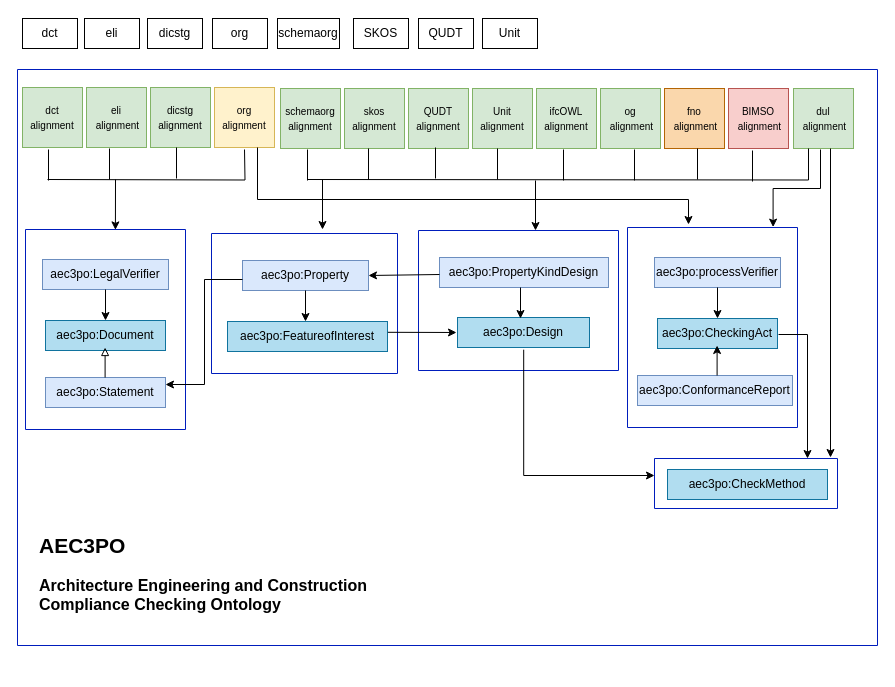
Accord-Project/aec3po keeps this draw.io diagram as page "Page-14" (14 of 14) of resources/aec3po.drawio. Above is the earlier version. Source tidied: cells renumbered, new cells numbered last; positions are measured from the earlier drawing's top-left corner, leaving out a move shared by most shapes. Both pictures are drawn from the tidied source at 100%, with x=0, y=0 at pixel (17, 18).
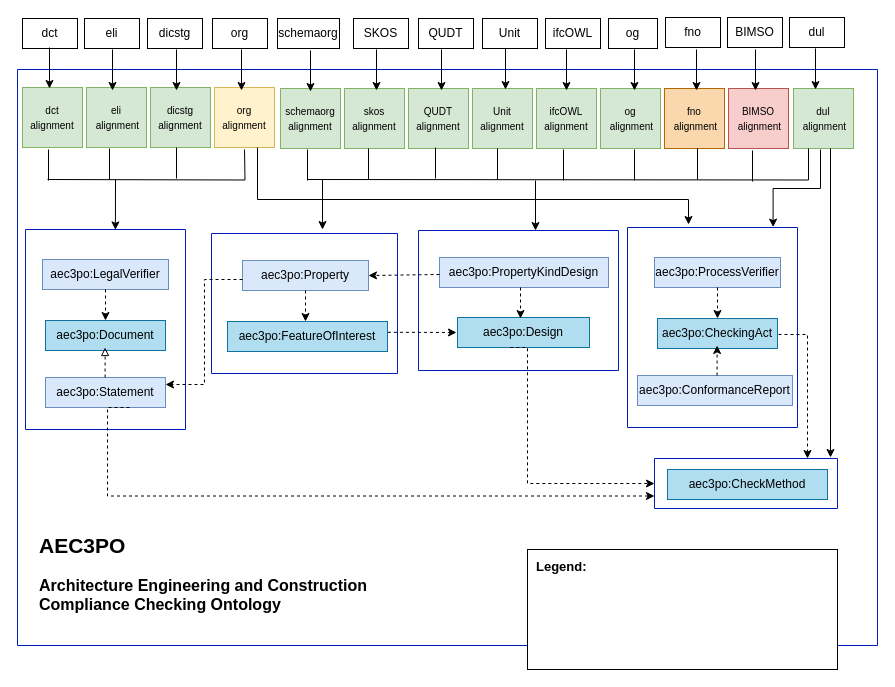
The same diagram, later.

The change refers to these unchanged cells:
```xml
<mxCell id="2" value="aec3po:Statement" style="rounded=0;whiteSpace=wrap;html=1;snapToPoint=1;points=[[0.1,0],[0.2,0],[0.3,0],[0.4,0],[0.5,0],[0.6,0],[0.7,0],[0.8,0],[0.9,0],[0,0.1],[0,0.3],[0,0.5],[0,0.7],[0,0.9],[0.1,1],[0.2,1],[0.3,1],[0.4,1],[0.5,1],[0.6,1],[0.7,1],[0.8,1],[0.9,1],[1,0.1],[1,0.3],[1,0.5],[1,0.7],[1,0.9]];fillColor=#dae8fc;strokeColor=#6c8ebf;" parent="1" vertex="1">
  <mxGeometry x="28" y="359" width="120" height="30" as="geometry" />
</mxCell>
<mxCell id="3" value="aec3po:LegalVerifier" style="rounded=0;whiteSpace=wrap;html=1;snapToPoint=1;points=[[0.1,0],[0.2,0],[0.3,0],[0.4,0],[0.5,0],[0.6,0],[0.7,0],[0.8,0],[0.9,0],[0,0.1],[0,0.3],[0,0.5],[0,0.7],[0,0.9],[0.1,1],[0.2,1],[0.3,1],[0.4,1],[0.5,1],[0.6,1],[0.7,1],[0.8,1],[0.9,1],[1,0.1],[1,0.3],[1,0.5],[1,0.7],[1,0.9]];fillColor=#dae8fc;strokeColor=#6c8ebf;" parent="1" vertex="1">
  <mxGeometry x="25" y="241" width="126" height="30" as="geometry" />
</mxCell>
<mxCell id="4" value="aec3po:Document" style="rounded=0;whiteSpace=wrap;html=1;snapToPoint=1;points=[[0.1,0],[0.2,0],[0.3,0],[0.4,0],[0.5,0],[0.6,0],[0.7,0],[0.8,0],[0.9,0],[0,0.1],[0,0.3],[0,0.5],[0,0.7],[0,0.9],[0.1,1],[0.2,1],[0.3,1],[0.4,1],[0.5,1],[0.6,1],[0.7,1],[0.8,1],[0.9,1],[1,0.1],[1,0.3],[1,0.5],[1,0.7],[1,0.9]];shadow=0;strokeColor=#10739e;fillColor=#b1ddf0;" parent="1" vertex="1">
  <mxGeometry x="28" y="302" width="120" height="30" as="geometry" />
</mxCell>
<mxCell id="8" value="aec3po:Property" style="rounded=0;whiteSpace=wrap;html=1;snapToPoint=1;points=[[0.1,0],[0.2,0],[0.3,0],[0.4,0],[0.5,0],[0.6,0],[0.7,0],[0.8,0],[0.9,0],[0,0.1],[0,0.3],[0,0.5],[0,0.7],[0,0.9],[0.1,1],[0.2,1],[0.3,1],[0.4,1],[0.5,1],[0.6,1],[0.7,1],[0.8,1],[0.9,1],[1,0.1],[1,0.3],[1,0.5],[1,0.7],[1,0.9]];fillColor=#dae8fc;strokeColor=#6c8ebf;" parent="1" vertex="1">
  <mxGeometry x="225" y="242" width="126" height="30" as="geometry" />
</mxCell>
<mxCell id="13" value="aec3po:Design" style="rounded=0;whiteSpace=wrap;html=1;snapToPoint=1;points=[[0.1,0],[0.2,0],[0.3,0],[0.4,0],[0.5,0],[0.6,0],[0.7,0],[0.8,0],[0.9,0],[0,0.1],[0,0.3],[0,0.5],[0,0.7],[0,0.9],[0.1,1],[0.2,1],[0.3,1],[0.4,1],[0.5,1],[0.6,1],[0.7,1],[0.8,1],[0.9,1],[1,0.1],[1,0.3],[1,0.5],[1,0.7],[1,0.9]];shadow=0;strokeColor=#10739e;fillColor=#b1ddf0;" parent="1" vertex="1">
  <mxGeometry x="440" y="299" width="132" height="30" as="geometry" />
</mxCell>
<mxCell id="18" value="aec3po:CheckingAct" style="rounded=0;whiteSpace=wrap;html=1;snapToPoint=1;points=[[0.1,0],[0.2,0],[0.3,0],[0.4,0],[0.5,0],[0.6,0],[0.7,0],[0.8,0],[0.9,0],[0,0.1],[0,0.3],[0,0.5],[0,0.7],[0,0.9],[0.1,1],[0.2,1],[0.3,1],[0.4,1],[0.5,1],[0.6,1],[0.7,1],[0.8,1],[0.9,1],[1,0.1],[1,0.3],[1,0.5],[1,0.7],[1,0.9]];shadow=0;strokeColor=#10739e;fillColor=#b1ddf0;" parent="1" vertex="1">
  <mxGeometry x="640" y="300" width="120" height="30" as="geometry" />
</mxCell>
<mxCell id="23" style="swimlane;startSize=0;fillColor=#0050EF;fontColor=#ffffff;strokeColor=#001DBC;" parent="1" vertex="1">
  <mxGeometry x="637" y="440" width="183" height="50" as="geometry" />
</mxCell>
```

The edit, as a diff of the source:
```diff
@@
-    <mxCell id="5" style="endArrow=classic;html=1;rounded=0;entryX=0.5;entryY=0;entryDx=0;entryDy=0;" parent="1" edge="1" source="3" target="4">
+    <mxCell id="5" style="endArrow=classic;html=1;rounded=0;entryX=0.5;entryY=0;entryDx=0;entryDy=0;dashed=1;" parent="1" edge="1" source="3" target="4">
       <mxGeometry relative="1" as="geometry" />
     </mxCell>
-    <mxCell id="6" style="endArrow=block;html=1;rounded=0;endFill=0;" parent="1" edge="1">
+    <mxCell id="6" style="endArrow=block;html=1;rounded=0;endFill=0;dashed=1;" parent="1" edge="1">
       <mxGeometry relative="1" as="geometry">
         <mxPoint x="87.6" y="359" as="sourcePoint" />
         <mxPoint x="87.6" y="329" as="targetPoint" />
       </mxGeometry>
     </mxCell>
@@
-    <mxCell id="9" value="aec3po:FeatureofInterest" style="rounded=0;whiteSpace=wrap;html=1;shadow=0;strokeColor=#10739e;fillColor=#b1ddf0;" parent="1" vertex="1">
+    <mxCell id="9" value="aec3po:FeatureOfInterest" style="rounded=0;whiteSpace=wrap;html=1;shadow=0;strokeColor=#10739e;fillColor=#b1ddf0;" parent="1" vertex="1">
       <mxGeometry x="210" y="303" width="160" height="30" as="geometry" />
     </mxCell>
-    <mxCell id="10" style="endArrow=classic;html=1;rounded=0;entryX=0.5;entryY=0;entryDx=0;entryDy=0;" parent="1" edge="1">
+    <mxCell id="10" style="endArrow=classic;html=1;rounded=0;entryX=0.5;entryY=0;entryDx=0;entryDy=0;dashed=1;" parent="1" edge="1">
       <mxGeometry relative="1" as="geometry">
         <mxPoint x="288" y="272" as="sourcePoint" />
         <mxPoint x="288" y="303" as="targetPoint" />
       </mxGeometry>
     </mxCell>
@@
-    <mxCell id="14" style="endArrow=classic;html=1;rounded=0;entryX=0.5;entryY=0;entryDx=0;entryDy=0;" parent="1" edge="1">
+    <mxCell id="14" style="endArrow=classic;html=1;rounded=0;entryX=0.5;entryY=0;entryDx=0;entryDy=0;dashed=1;" parent="1" edge="1">
       <mxGeometry relative="1" as="geometry">
         <mxPoint x="503" y="269" as="sourcePoint" />
         <mxPoint x="503" y="300" as="targetPoint" />
       </mxGeometry>
     </mxCell>
@@
-    <mxCell id="17" value="aec3po:processVerifier" style="rounded=0;whiteSpace=wrap;html=1;snapToPoint=1;points=[[0.1,0],[0.2,0],[0.3,0],[0.4,0],[0.5,0],[0.6,0],[0.7,0],[0.8,0],[0.9,0],[0,0.1],[0,0.3],[0,0.5],[0,0.7],[0,0.9],[0.1,1],[0.2,1],[0.3,1],[0.4,1],[0.5,1],[0.6,1],[0.7,1],[0.8,1],[0.9,1],[1,0.1],[1,0.3],[1,0.5],[1,0.7],[1,0.9]];fillColor=#dae8fc;strokeColor=#6c8ebf;" parent="1" vertex="1">
+    <mxCell id="17" value="aec3po:ProcessVerifier" style="rounded=0;whiteSpace=wrap;html=1;snapToPoint=1;points=[[0.1,0],[0.2,0],[0.3,0],[0.4,0],[0.5,0],[0.6,0],[0.7,0],[0.8,0],[0.9,0],[0,0.1],[0,0.3],[0,0.5],[0,0.7],[0,0.9],[0.1,1],[0.2,1],[0.3,1],[0.4,1],[0.5,1],[0.6,1],[0.7,1],[0.8,1],[0.9,1],[1,0.1],[1,0.3],[1,0.5],[1,0.7],[1,0.9]];fillColor=#dae8fc;strokeColor=#6c8ebf;" parent="1" vertex="1">
       <mxGeometry x="637" y="239" width="126" height="30" as="geometry" />
     </mxCell>
@@
-    <mxCell id="19" style="endArrow=classic;html=1;rounded=0;entryX=0.5;entryY=0;entryDx=0;entryDy=0;" parent="1" edge="1" source="17" target="18">
+    <mxCell id="19" style="endArrow=classic;html=1;rounded=0;entryX=0.5;entryY=0;entryDx=0;entryDy=0;dashed=1;" parent="1" edge="1" source="17" target="18">
       <mxGeometry relative="1" as="geometry" />
     </mxCell>
-    <mxCell id="20" style="endArrow=classic;html=1;rounded=0;endFill=1;" parent="1" edge="1">
+    <mxCell id="20" style="endArrow=classic;html=1;rounded=0;endFill=1;dashed=1;" parent="1" edge="1">
       <mxGeometry relative="1" as="geometry">
         <mxPoint x="699.6" y="357" as="sourcePoint" />
         <mxPoint x="699.6" y="327" as="targetPoint" />
       </mxGeometry>
     </mxCell>
@@
-    <mxCell id="56" style="endArrow=classic;html=1;rounded=0;edgeStyle=elbowEdgeStyle;exitX=0;exitY=0.9;exitDx=0;exitDy=0;entryX=1;entryY=0.5;entryDx=0;entryDy=0;" parent="1" edge="1">
+    <mxCell id="56" style="endArrow=classic;html=1;rounded=0;edgeStyle=elbowEdgeStyle;exitX=0;exitY=0.9;exitDx=0;exitDy=0;entryX=1;entryY=0.5;entryDx=0;entryDy=0;dashed=1;" parent="1" edge="1">
       <mxGeometry relative="1" as="geometry">
         <mxPoint x="225" y="261" as="sourcePoint" />
         <mxPoint x="148" y="366" as="targetPoint" />
       </mxGeometry>
     </mxCell>
-    <mxCell id="57" style="endArrow=classic;html=1;rounded=0;exitX=0;exitY=0.5;exitDx=0;exitDy=0;entryX=1;entryY=0.5;entryDx=0;entryDy=0;" parent="1" edge="1" target="8">
+    <mxCell id="57" style="endArrow=classic;html=1;rounded=0;exitX=0;exitY=0.5;exitDx=0;exitDy=0;entryX=1;entryY=0.5;entryDx=0;entryDy=0;dashed=1;" parent="1" edge="1" target="8">
       <mxGeometry relative="1" as="geometry">
         <mxPoint x="422" y="256" as="sourcePoint" />
       </mxGeometry>
     </mxCell>
-    <mxCell id="58" style="endArrow=classic;html=1;rounded=0;entryX=0;entryY=0.5;entryDx=0;entryDy=0;exitX=0.97;exitY=0.706;exitDx=0;exitDy=0;exitPerimeter=0;" parent="1" edge="1">
+    <mxCell id="58" style="endArrow=classic;html=1;rounded=0;entryX=0;entryY=0.5;entryDx=0;entryDy=0;exitX=0.97;exitY=0.706;exitDx=0;exitDy=0;exitPerimeter=0;dashed=1;" parent="1" edge="1">
       <mxGeometry relative="1" as="geometry">
         <mxPoint x="370.4" y="313.8" as="sourcePoint" />
         <mxPoint x="439" y="314" as="targetPoint" />
       </mxGeometry>
     </mxCell>
-    <mxCell id="59" style="endArrow=classic;html=1;rounded=0;edgeStyle=orthogonalEdgeStyle;exitX=0.479;exitY=1.339;exitDx=0;exitDy=0;exitPerimeter=0;entryX=0;entryY=0.5;entryDx=0;entryDy=0;" parent="1" edge="1">
-      <mxGeometry relative="1" as="geometry">
-        <mxPoint x="506.2" y="331.2" as="sourcePoint" />
-        <mxPoint x="637" y="457" as="targetPoint" />
-        <Array as="points">
-          <mxPoint x="506" y="457" />
-        </Array>
-      </mxGeometry>
-    </mxCell>
-    <mxCell id="60" style="endArrow=classic;html=1;rounded=0;exitX=1;exitY=0.7;exitDx=0;exitDy=0;edgeStyle=elbowEdgeStyle;" parent="1" edge="1" target="23">
+    <mxCell id="60" style="endArrow=classic;html=1;rounded=0;exitX=1;exitY=0.7;exitDx=0;exitDy=0;edgeStyle=elbowEdgeStyle;dashed=1;" parent="1" edge="1" target="23">
       <mxGeometry relative="1" as="geometry">
         <mxPoint x="761" y="316" as="sourcePoint" />
         <Array as="points">
           <mxPoint x="790" y="381" />
         </Array>
       </mxGeometry>
     </mxCell>
@@
+    <mxCell id="71" value="ifcOWL" style="rounded=0;whiteSpace=wrap;html=1;" parent="1" vertex="1">
+      <mxGeometry x="528" width="55" height="30" as="geometry" />
+    </mxCell>
+    <mxCell id="72" value="og" style="rounded=0;whiteSpace=wrap;html=1;" parent="1" vertex="1">
+      <mxGeometry x="591" width="49" height="30" as="geometry" />
+    </mxCell>
+    <mxCell id="73" value="fno" style="rounded=0;whiteSpace=wrap;html=1;" parent="1" vertex="1">
+      <mxGeometry x="648" y="-1" width="55" height="30" as="geometry" />
+    </mxCell>
+    <mxCell id="74" value="BIMSO" style="rounded=0;whiteSpace=wrap;html=1;" parent="1" vertex="1">
+      <mxGeometry x="710" y="-1" width="55" height="30" as="geometry" />
+    </mxCell>
+    <mxCell id="75" value="dul" style="rounded=0;whiteSpace=wrap;html=1;" parent="1" vertex="1">
+      <mxGeometry x="772" y="-1" width="55" height="30" as="geometry" />
+    </mxCell>
+    <mxCell id="76" style="endArrow=classic;html=1;rounded=0;entryX=0.562;entryY=0.002;entryDx=0;entryDy=0;entryPerimeter=0;" parent="1" edge="1">
+      <mxGeometry relative="1" as="geometry">
+        <mxPoint x="798" y="30" as="sourcePoint" />
+        <mxPoint x="798" y="71" as="targetPoint" />
+      </mxGeometry>
+    </mxCell>
+    <mxCell id="77" style="endArrow=classic;html=1;rounded=0;entryX=0.562;entryY=0.002;entryDx=0;entryDy=0;entryPerimeter=0;" parent="1" edge="1">
+      <mxGeometry relative="1" as="geometry">
+        <mxPoint x="738" y="31" as="sourcePoint" />
+        <mxPoint x="738" y="72" as="targetPoint" />
+      </mxGeometry>
+    </mxCell>
+    <mxCell id="78" style="endArrow=classic;html=1;rounded=0;entryX=0.562;entryY=0.002;entryDx=0;entryDy=0;entryPerimeter=0;" parent="1" edge="1">
+      <mxGeometry relative="1" as="geometry">
+        <mxPoint x="679" y="31" as="sourcePoint" />
+        <mxPoint x="679" y="72" as="targetPoint" />
+      </mxGeometry>
+    </mxCell>
+    <mxCell id="79" style="endArrow=classic;html=1;rounded=0;entryX=0.562;entryY=0.002;entryDx=0;entryDy=0;entryPerimeter=0;" parent="1" edge="1">
+      <mxGeometry relative="1" as="geometry">
+        <mxPoint x="617" y="31" as="sourcePoint" />
+        <mxPoint x="617" y="72" as="targetPoint" />
+      </mxGeometry>
+    </mxCell>
+    <mxCell id="80" style="endArrow=classic;html=1;rounded=0;entryX=0.562;entryY=0.002;entryDx=0;entryDy=0;entryPerimeter=0;" parent="1" edge="1">
+      <mxGeometry relative="1" as="geometry">
+        <mxPoint x="549" y="31" as="sourcePoint" />
+        <mxPoint x="549" y="72" as="targetPoint" />
+      </mxGeometry>
+    </mxCell>
+    <mxCell id="81" style="endArrow=classic;html=1;rounded=0;entryX=0.562;entryY=0.002;entryDx=0;entryDy=0;entryPerimeter=0;" parent="1" edge="1">
+      <mxGeometry relative="1" as="geometry">
+        <mxPoint x="488" y="30" as="sourcePoint" />
+        <mxPoint x="488" y="71" as="targetPoint" />
+      </mxGeometry>
+    </mxCell>
+    <mxCell id="82" style="endArrow=classic;html=1;rounded=0;entryX=0.562;entryY=0.002;entryDx=0;entryDy=0;entryPerimeter=0;" parent="1" edge="1">
+      <mxGeometry relative="1" as="geometry">
+        <mxPoint x="424" y="31" as="sourcePoint" />
+        <mxPoint x="424" y="72" as="targetPoint" />
+      </mxGeometry>
+    </mxCell>
+    <mxCell id="83" style="endArrow=classic;html=1;rounded=0;entryX=0.562;entryY=0.002;entryDx=0;entryDy=0;entryPerimeter=0;" parent="1" edge="1">
+      <mxGeometry relative="1" as="geometry">
+        <mxPoint x="359" y="31" as="sourcePoint" />
+        <mxPoint x="359" y="72" as="targetPoint" />
+      </mxGeometry>
+    </mxCell>
+    <mxCell id="84" style="endArrow=classic;html=1;rounded=0;entryX=0.562;entryY=0.002;entryDx=0;entryDy=0;entryPerimeter=0;" parent="1" edge="1">
+      <mxGeometry relative="1" as="geometry">
+        <mxPoint x="293" y="32" as="sourcePoint" />
+        <mxPoint x="293" y="73" as="targetPoint" />
+      </mxGeometry>
+    </mxCell>
+    <mxCell id="85" style="endArrow=classic;html=1;rounded=0;entryX=0.562;entryY=0.002;entryDx=0;entryDy=0;entryPerimeter=0;" parent="1" edge="1">
+      <mxGeometry relative="1" as="geometry">
+        <mxPoint x="224" y="31" as="sourcePoint" />
+        <mxPoint x="224" y="72" as="targetPoint" />
+      </mxGeometry>
+    </mxCell>
+    <mxCell id="86" style="endArrow=classic;html=1;rounded=0;entryX=0.562;entryY=0.002;entryDx=0;entryDy=0;entryPerimeter=0;" parent="1" edge="1">
+      <mxGeometry relative="1" as="geometry">
+        <mxPoint x="159" y="31" as="sourcePoint" />
+        <mxPoint x="159" y="72" as="targetPoint" />
+      </mxGeometry>
+    </mxCell>
+    <mxCell id="87" style="endArrow=classic;html=1;rounded=0;entryX=0.562;entryY=0.002;entryDx=0;entryDy=0;entryPerimeter=0;" parent="1" edge="1">
+      <mxGeometry relative="1" as="geometry">
+        <mxPoint x="95" y="31" as="sourcePoint" />
+        <mxPoint x="95" y="72" as="targetPoint" />
+      </mxGeometry>
+    </mxCell>
+    <mxCell id="88" style="endArrow=classic;html=1;rounded=0;entryX=0.562;entryY=0.002;entryDx=0;entryDy=0;entryPerimeter=0;" parent="1" edge="1">
+      <mxGeometry relative="1" as="geometry">
+        <mxPoint x="32" y="29" as="sourcePoint" />
+        <mxPoint x="32" y="70" as="targetPoint" />
+      </mxGeometry>
+    </mxCell>
+    <mxCell id="89" style="rounded=0;whiteSpace=wrap;html=1;" parent="1" vertex="1">
+      <mxGeometry x="510" y="531" width="310" height="120" as="geometry" />
+    </mxCell>
+    <mxCell id="90" value="&lt;h1&gt;&lt;font style=&quot;font-size: 13px;&quot;&gt;Legend:&lt;/font&gt;&lt;/h1&gt;" style="text;html=1;strokeColor=none;fillColor=none;spacing=5;spacingTop=-20;whiteSpace=wrap;overflow=hidden;rounded=0;" parent="1" vertex="1">
+      <mxGeometry x="514" y="525" width="190" height="40" as="geometry" />
+    </mxCell>
+    <mxCell id="59" style="endArrow=classic;html=1;rounded=0;edgeStyle=elbowEdgeStyle;exitX=0.4;exitY=1;exitDx=0;exitDy=0;entryX=0;entryY=0.5;entryDx=0;entryDy=0;dashed=1;" parent="1" edge="1" source="13" target="23">
+      <mxGeometry relative="1" as="geometry">
+        <Array as="points">
+          <mxPoint x="510" y="391" />
+        </Array>
+      </mxGeometry>
+    </mxCell>
+    <mxCell id="91" style="endArrow=classic;html=1;rounded=0;entryX=0;entryY=0.75;entryDx=0;entryDy=0;edgeStyle=elbowEdgeStyle;exitX=0.7;exitY=1;exitDx=0;exitDy=0;dashed=1;" parent="1" edge="1" source="2" target="23">
+      <mxGeometry relative="1" as="geometry">
+        <Array as="points">
+          <mxPoint x="90" y="441" />
+        </Array>
+      </mxGeometry>
+    </mxCell>
```
